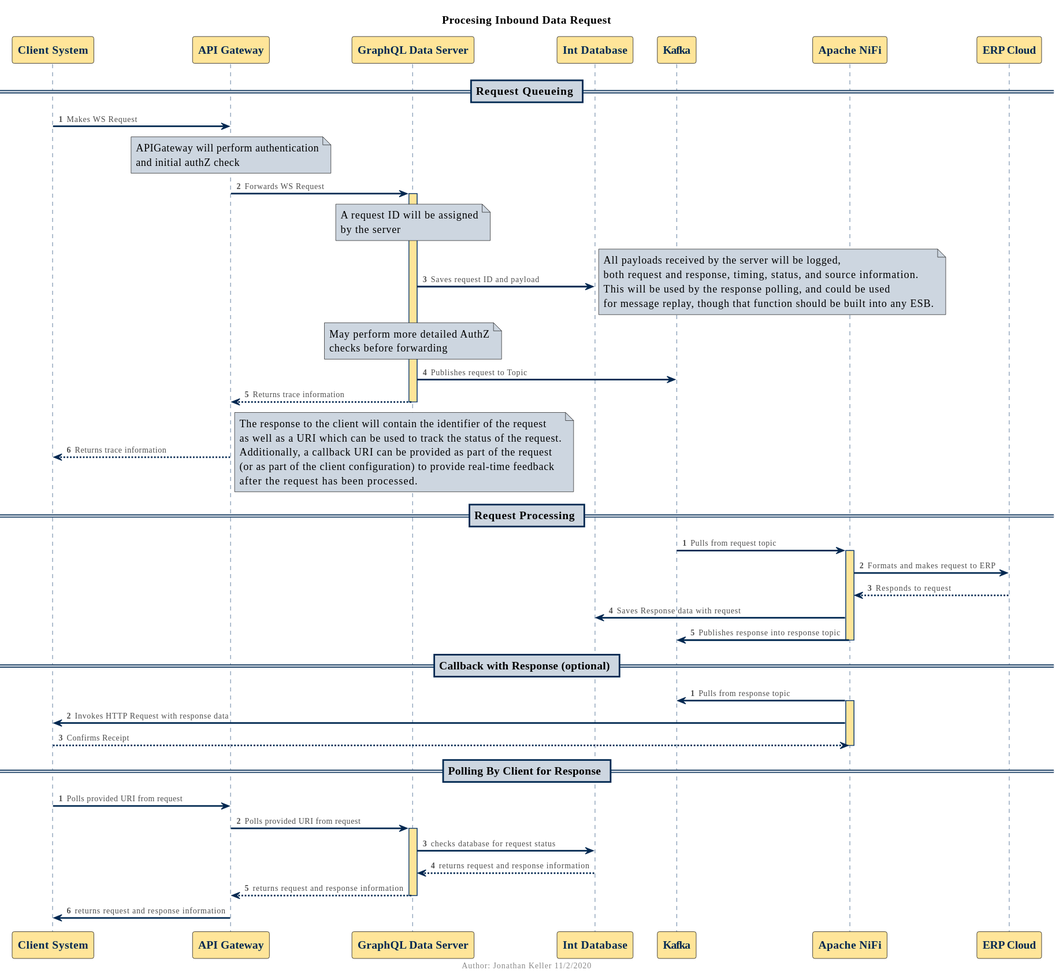
Before: docs/3.2 Oracle ERP Data Server/3.2.3 Action Requests/action-request-flow.svg, a diagram exported from PlantUML (ucdavis-adminit/erp-api-docs).
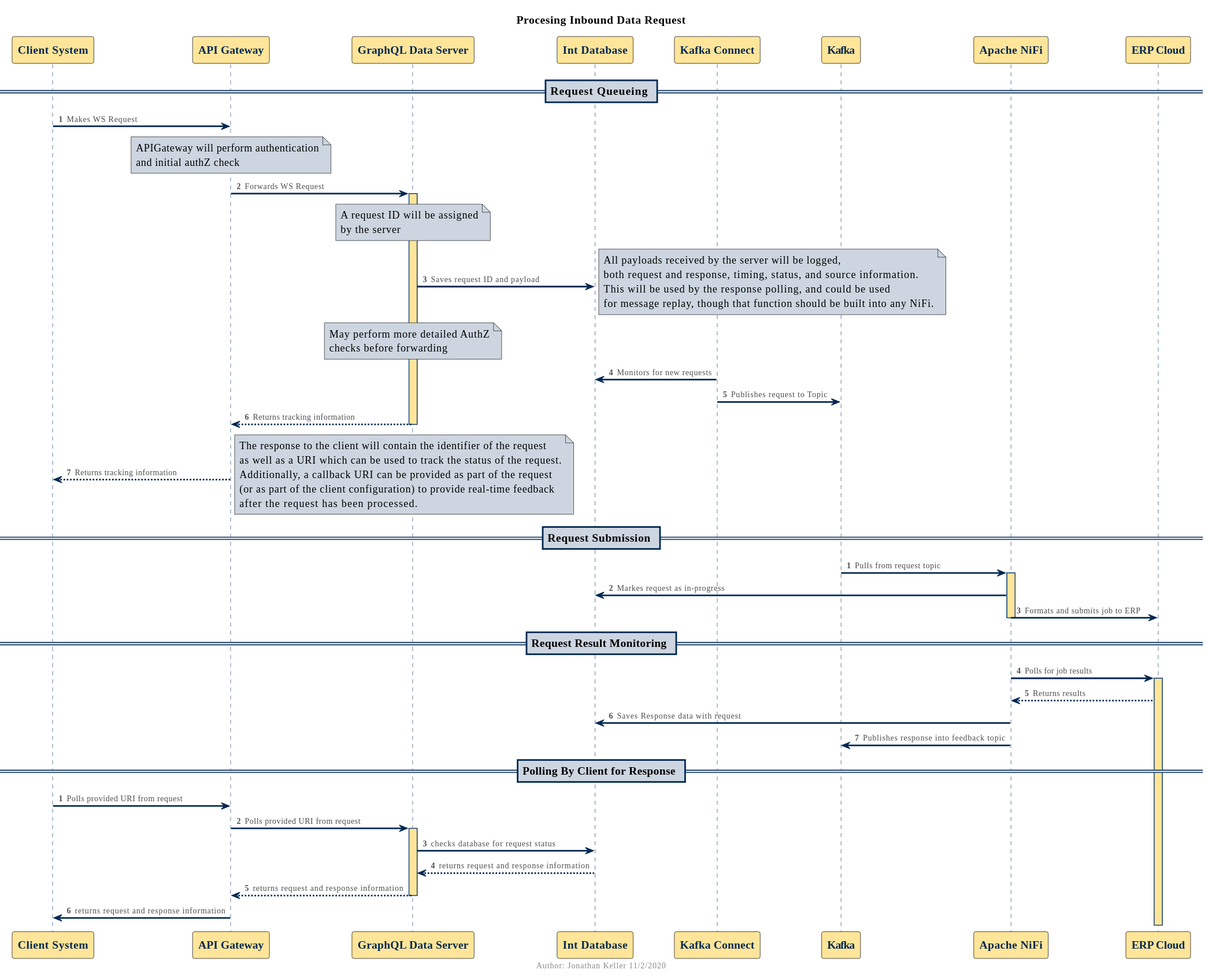
The same diagram one commit later.

The edit, as a diff of the source:
```diff
@@ -9,8 +9,9 @@
 participant "API Gateway" AS APIGateway
 participant "GraphQL Data Server" as IS
 participant "Int Database" AS ISDB
+participant "Kafka Connect" AS KC
 participant Kafka
-participant "Apache NiFi" AS ESB
+participant "Apache NiFi" AS NiFi
 participant "ERP Cloud" AS ERP
 
 == Request Queueing ==
@@ -24,12 +25,13 @@
     All payloads received by the server will be logged,
     both request and response, timing, status, and source information.
     This will be used by the response polling, and could be used
-    for message replay, though that function should be built into any ESB.
+    for message replay, though that function should be built into any NiFi.
 endnote
 note over IS: May perform more detailed AuthZ\nchecks before forwarding
-IS -> Kafka : Publishes request to Topic
-IS --> APIGateway -- : Returns trace information
-APIGateway --> CS : Returns trace information
+KC -> ISDB : Monitors for new requests
+KC -> Kafka : Publishes request to Topic
+IS --> APIGateway -- : Returns tracking information
+APIGateway --> CS : Returns tracking information
 deactivate CS
 note right
     The response to the client will contain the identifier of the request
@@ -39,23 +41,21 @@
     after the request has been processed.
 endnote
 
-== Request Processing ==
+== Request Submission ==
 
 autonumber 1
-Kafka -> ESB ++ : Pulls from request topic
-ESB -> ERP : Formats and makes request to ERP
-ERP --> ESB : Responds to request
-ESB -> ISDB : Saves Response data with request
-ESB -> Kafka -- : Publishes response into response topic
+Kafka -> NiFi ++ : Pulls from request topic
+NiFi -> ISDB : Markes request as in-progress
+NiFi -> ERP -- : Formats and submits job to ERP
 
-== Callback with Response (optional) ==
+== Request Result Monitoring ==
 
-autonumber 1
-ESB -> Kafka : Pulls from response topic
-activate ESB
-ESB -> CS : Invokes HTTP Request with response data
-CS --> ESB : Confirms Receipt
-deactivate ESB
+NiFi -> ERP ++ : Polls for job results
+ERP --> NiFi : Returns results
+NiFi -> ISDB : Saves Response data with request
+NiFi -> Kafka -- : Publishes response into feedback topic
+
+
 
 == Polling By Client for Response ==
 
```
